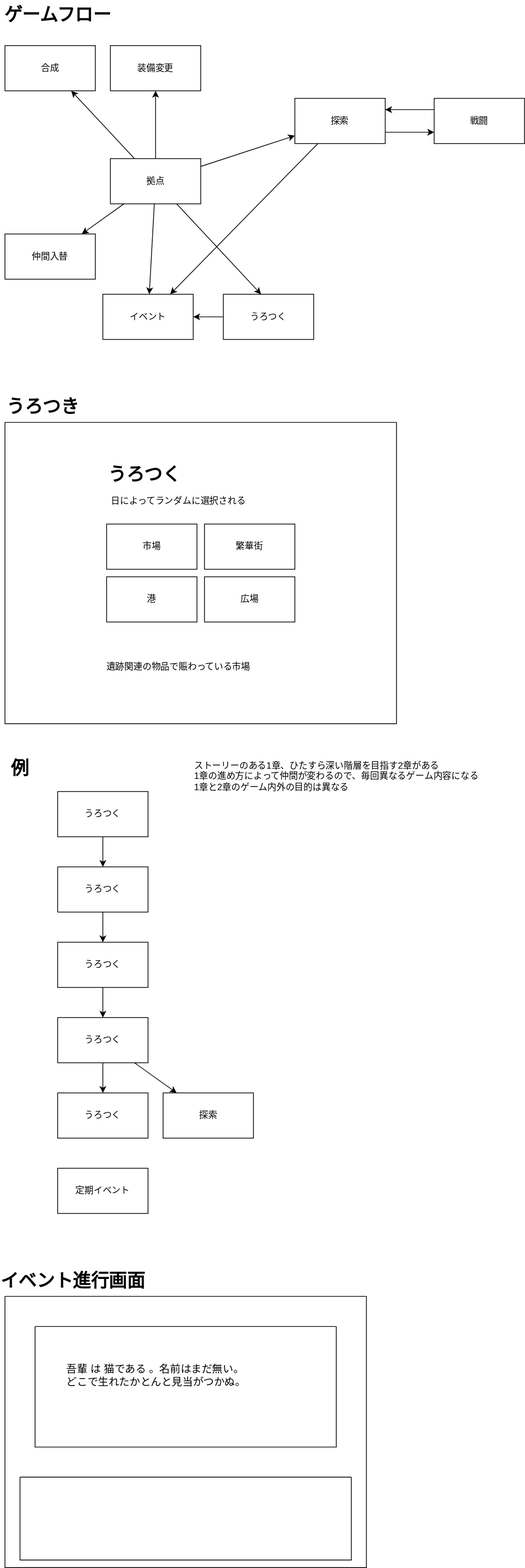
This is docs/images/20240103flow.drawio.svg from kijimaD/ruins, a draw.io export, as it was before one commit. Source tidied: cells renumbered, new cells last; positions are measured from the earlier drawing's top-left corner, leaving out a move shared by most shapes.
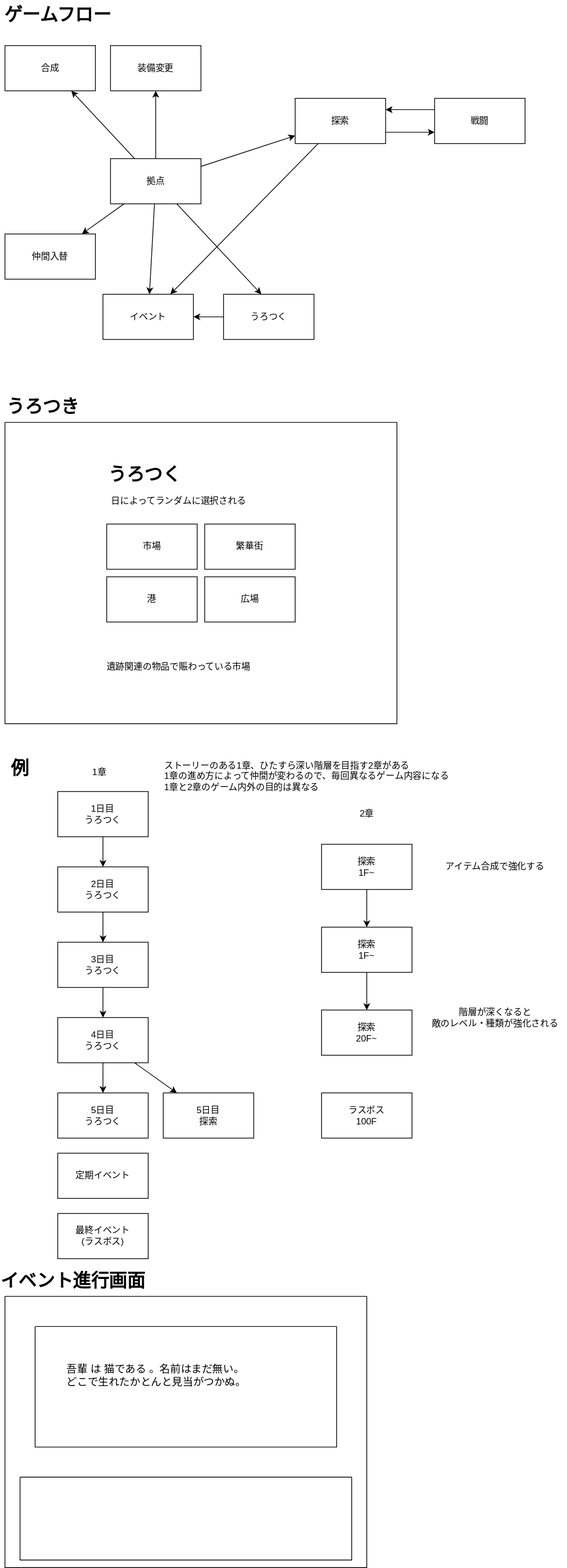
The same diagram one commit later.

What changed in the source:
```diff
@@ -83,19 +83,19 @@
     <mxCell id="28" style="edgeStyle=none;html=1;" parent="1" edge="1" source="29" target="31">
       <mxGeometry relative="1" as="geometry" />
     </mxCell>
-    <mxCell id="29" value="うろつく" style="whiteSpace=wrap;html=1;" parent="1" vertex="1">
+    <mxCell id="29" value="1日目&lt;br&gt;うろつく" style="whiteSpace=wrap;html=1;" parent="1" vertex="1">
       <mxGeometry x="70" y="1050" width="120" height="60" as="geometry" />
     </mxCell>
     <mxCell id="30" style="edgeStyle=none;html=1;" parent="1" edge="1" source="31" target="33">
       <mxGeometry relative="1" as="geometry" />
     </mxCell>
-    <mxCell id="31" value="うろつく" style="whiteSpace=wrap;html=1;" parent="1" vertex="1">
+    <mxCell id="31" value="2日目&lt;br&gt;うろつく" style="whiteSpace=wrap;html=1;" parent="1" vertex="1">
       <mxGeometry x="70" y="1150" width="120" height="60" as="geometry" />
     </mxCell>
     <mxCell id="32" style="edgeStyle=none;html=1;" parent="1" edge="1" source="33" target="36">
       <mxGeometry relative="1" as="geometry" />
     </mxCell>
-    <mxCell id="33" value="うろつく" style="whiteSpace=wrap;html=1;" parent="1" vertex="1">
+    <mxCell id="33" value="3日目&lt;br&gt;うろつく" style="whiteSpace=wrap;html=1;" parent="1" vertex="1">
       <mxGeometry x="70" y="1250" width="120" height="60" as="geometry" />
     </mxCell>
     <mxCell id="34" style="edgeStyle=none;html=1;" parent="1" edge="1" source="36" target="37">
@@ -104,13 +104,13 @@
     <mxCell id="35" style="edgeStyle=none;html=1;" parent="1" edge="1" source="36" target="38">
       <mxGeometry relative="1" as="geometry" />
     </mxCell>
-    <mxCell id="36" value="うろつく" style="whiteSpace=wrap;html=1;" parent="1" vertex="1">
+    <mxCell id="36" value="4日目&lt;br&gt;うろつく" style="whiteSpace=wrap;html=1;" parent="1" vertex="1">
       <mxGeometry x="70" y="1350" width="120" height="60" as="geometry" />
     </mxCell>
-    <mxCell id="37" value="うろつく" style="whiteSpace=wrap;html=1;" parent="1" vertex="1">
+    <mxCell id="37" value="5日目&lt;br&gt;うろつく" style="whiteSpace=wrap;html=1;" parent="1" vertex="1">
       <mxGeometry x="70" y="1450" width="120" height="60" as="geometry" />
     </mxCell>
-    <mxCell id="38" value="探索" style="whiteSpace=wrap;html=1;" parent="1" vertex="1">
+    <mxCell id="38" value="5日目&lt;br&gt;探索" style="whiteSpace=wrap;html=1;" parent="1" vertex="1">
       <mxGeometry x="210" y="1450" width="120" height="60" as="geometry" />
     </mxCell>
     <mxCell id="39" value="うろつき&lt;br&gt;" style="text;strokeColor=none;fillColor=none;html=1;fontSize=24;fontStyle=1;verticalAlign=middle;align=center;" parent="1" vertex="1">
@@ -123,10 +123,10 @@
       <mxGeometry y="1000" width="40" height="40" as="geometry" />
     </mxCell>
     <mxCell id="42" value="&lt;div style=&quot;text-align: left;&quot;&gt;&lt;span style=&quot;background-color: initial;&quot;&gt;ストーリーのある1章、ひたすら深い階層を目指す2章がある&lt;/span&gt;&lt;/div&gt;&lt;div style=&quot;text-align: left;&quot;&gt;&lt;span style=&quot;background-color: initial;&quot;&gt;1章の進め方によって仲間が変わるので、毎回異なるゲーム内容になる&lt;br&gt;1章と2章のゲーム内外の目的は異なる&lt;/span&gt;&lt;/div&gt;" style="text;html=1;align=center;verticalAlign=middle;strokeColor=none;fillColor=none;" parent="1" vertex="1">
-      <mxGeometry x="240" y="1000" width="400" height="60" as="geometry" />
+      <mxGeometry x="200" y="1000" width="400" height="60" as="geometry" />
     </mxCell>
     <mxCell id="43" value="定期イベント" style="whiteSpace=wrap;html=1;" parent="1" vertex="1">
-      <mxGeometry x="70" y="1550" width="120" height="60" as="geometry" />
+      <mxGeometry x="70" y="1530" width="120" height="60" as="geometry" />
     </mxCell>
     <mxCell id="44" value="イベント進行画面" style="text;strokeColor=none;fillColor=none;html=1;fontSize=24;fontStyle=1;verticalAlign=middle;align=center;" parent="1" vertex="1">
       <mxGeometry x="40" y="1680" width="100" height="40" as="geometry" />
@@ -143,5 +143,38 @@
     <mxCell id="48" value="&lt;span style=&quot;font-family: arial, sans-serif; font-size: 14px; background-color: rgb(255, 255, 255);&quot;&gt;吾輩&lt;/span&gt;&lt;span style=&quot;font-family: arial, sans-serif; font-size: 14px; background-color: rgb(255, 255, 255);&quot;&gt;は&lt;/span&gt;&lt;span style=&quot;font-family: arial, sans-serif; font-size: 14px; background-color: rgb(255, 255, 255);&quot;&gt;猫である&lt;/span&gt;&lt;span style=&quot;font-family: arial, sans-serif; font-size: 14px; background-color: rgb(255, 255, 255);&quot;&gt;。名前はまだ無い。&lt;br&gt;どこで生れたかとんと見当がつかぬ。&lt;/span&gt;" style="text;html=1;align=left;verticalAlign=middle;strokeColor=none;fillColor=none;" parent="47" vertex="1">
       <mxGeometry x="40" y="40" width="260" height="50" as="geometry" />
     </mxCell>
+    <mxCell id="49" value="1章" style="text;html=1;align=center;verticalAlign=middle;strokeColor=none;fillColor=none;fontColor=#000000;" parent="1" vertex="1">
+      <mxGeometry x="105" y="1010" width="40" height="30" as="geometry" />
+    </mxCell>
+    <mxCell id="50" value="2章" style="text;html=1;align=center;verticalAlign=middle;strokeColor=none;fillColor=none;fontColor=#000000;" parent="1" vertex="1">
+      <mxGeometry x="460" y="1065" width="40" height="30" as="geometry" />
+    </mxCell>
+    <mxCell id="51" style="edgeStyle=none;html=1;fontColor=#000000;" parent="1" edge="1" source="52" target="54">
+      <mxGeometry relative="1" as="geometry" />
+    </mxCell>
+    <mxCell id="52" value="探索&lt;br&gt;1F~" style="whiteSpace=wrap;html=1;fontColor=#000000;" parent="1" vertex="1">
+      <mxGeometry x="420" y="1120" width="120" height="60" as="geometry" />
+    </mxCell>
+    <mxCell id="53" style="edgeStyle=none;html=1;fontColor=#000000;" parent="1" edge="1" source="54" target="56">
+      <mxGeometry relative="1" as="geometry" />
+    </mxCell>
+    <mxCell id="54" value="探索&lt;br&gt;1F~" style="whiteSpace=wrap;html=1;fontColor=#000000;" parent="1" vertex="1">
+      <mxGeometry x="420" y="1230" width="120" height="60" as="geometry" />
+    </mxCell>
+    <mxCell id="55" value="アイテム合成で強化する" style="text;html=1;align=center;verticalAlign=middle;strokeColor=none;fillColor=none;fontColor=#000000;" parent="1" vertex="1">
+      <mxGeometry x="570" y="1135" width="160" height="30" as="geometry" />
+    </mxCell>
+    <mxCell id="56" value="探索&lt;br&gt;20F~" style="whiteSpace=wrap;html=1;fontColor=#000000;" parent="1" vertex="1">
+      <mxGeometry x="420" y="1340" width="120" height="60" as="geometry" />
+    </mxCell>
+    <mxCell id="57" value="階層が深くなると&lt;br&gt;敵のレベル・種類が強化される" style="text;html=1;align=center;verticalAlign=middle;strokeColor=none;fillColor=none;fontColor=#000000;" parent="1" vertex="1">
+      <mxGeometry x="555" y="1330" width="190" height="40" as="geometry" />
+    </mxCell>
+    <mxCell id="58" value="最終イベント&lt;br&gt;(ラスボス)" style="whiteSpace=wrap;html=1;fontColor=#000000;" parent="1" vertex="1">
+      <mxGeometry x="70" y="1610" width="120" height="60" as="geometry" />
+    </mxCell>
+    <mxCell id="59" value="ラスボス&lt;br&gt;100F" style="whiteSpace=wrap;html=1;fontColor=#000000;" parent="1" vertex="1">
+      <mxGeometry x="420" y="1450" width="120" height="60" as="geometry" />
+    </mxCell>
   </root>
 </mxGraphModel>
```
